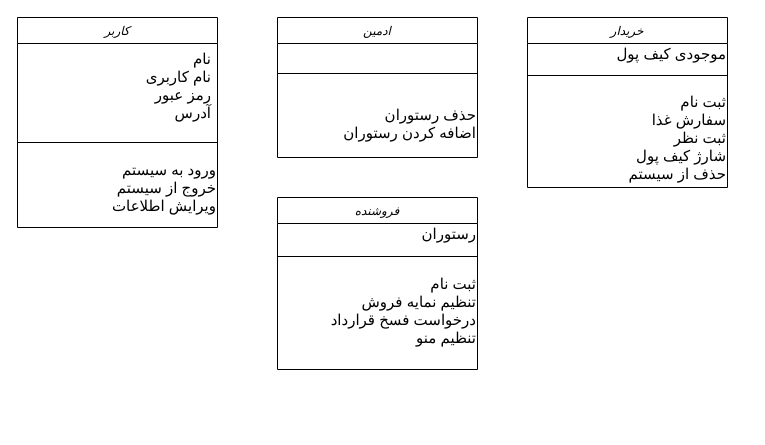
This is gggggg.drawio from khoramian/TahDig_SoftwareEngineering, a draw.io file, before an edit. Source tidied: cells renumbered, new cells numbered last; positions are measured from the earlier drawing's top-left corner, leaving out a move shared by most shapes. Both pictures are drawn from the tidied source at 100%, with x=0, y=0 at pixel (17, 17).
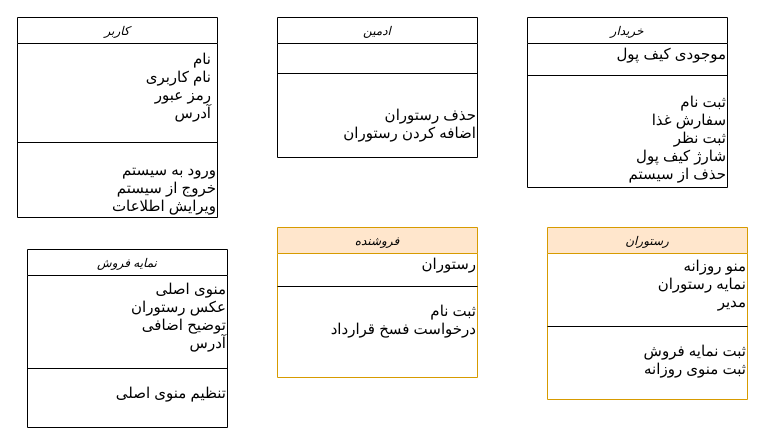
The same diagram, later.

Change to the diagram source:
```diff
@@
     <mxCell id="2" value="کاربر" style="swimlane;fontStyle=2;align=center;verticalAlign=top;horizontal=1;startSize=26;rounded=0;shadow=0;strokeWidth=1;" parent="1" vertex="1">
-      <mxGeometry width="200" height="210" as="geometry" />
+      <mxGeometry width="200" height="200" as="geometry" />
     </mxCell>
@@
-    <mxCell id="13" value="فروشنده" style="swimlane;fontStyle=2;align=center;verticalAlign=top;horizontal=1;startSize=26;rounded=0;shadow=0;strokeWidth=1;" parent="1" vertex="1">
-      <mxGeometry x="260" y="180" width="200" height="172" as="geometry" />
+    <mxCell id="13" value="فروشنده" style="swimlane;fontStyle=2;align=center;verticalAlign=top;horizontal=1;startSize=26;rounded=0;shadow=0;strokeWidth=1;fillColor=#ffe6cc;strokeColor=#d79b00;" parent="1" vertex="1">
+      <mxGeometry x="260" y="210" width="200" height="150" as="geometry" />
     </mxCell>
@@
-    <mxCell id="16" value="&lt;div&gt;ثبت نام &lt;br&gt;&lt;/div&gt;&lt;div&gt;تنظیم نمایه فروش&lt;/div&gt;&lt;div&gt;درخواست فسخ قرارداد&lt;/div&gt;&lt;div&gt;تنظیم منو&lt;br&gt;&lt;/div&gt;&lt;div&gt;&lt;br&gt;&lt;/div&gt;" style="text;html=1;align=right;verticalAlign=middle;fontSize=15;" parent="13" vertex="1">
-      <mxGeometry y="72" width="200" height="100" as="geometry" />
+    <mxCell id="16" value="&lt;div&gt;ثبت نام &lt;br&gt;&lt;/div&gt;&lt;div&gt;درخواست فسخ قرارداد&lt;/div&gt;" style="text;html=1;align=right;verticalAlign=middle;fontSize=15;" parent="13" vertex="1">
+      <mxGeometry y="72" width="200" height="40" as="geometry" />
     </mxCell>
+    <mxCell id="17" value="رستوران" style="swimlane;fontStyle=2;align=center;verticalAlign=top;horizontal=1;startSize=26;rounded=0;shadow=0;strokeWidth=1;fillColor=#ffe6cc;strokeColor=#d79b00;" parent="1" vertex="1">
+      <mxGeometry x="530" y="210" width="200" height="172" as="geometry" />
+    </mxCell>
+    <mxCell id="18" value="&lt;div&gt;منو روزانه&lt;br&gt;&lt;/div&gt;&lt;div&gt;نمایه رستوران&lt;/div&gt;&lt;div&gt;مدیر&lt;/div&gt;" style="text;html=1;align=right;verticalAlign=middle;fontSize=15;" parent="17" vertex="1">
+      <mxGeometry y="26" width="200" height="60" as="geometry" />
+    </mxCell>
+    <mxCell id="19" style="line;html=1;strokeWidth=1;align=left;verticalAlign=middle;spacingTop=-1;spacingLeft=3;spacingRight=3;labelPosition=right;" parent="17" vertex="1">
+      <mxGeometry y="86" width="200" height="26" as="geometry" />
+    </mxCell>
+    <mxCell id="20" value="&lt;div&gt;ثبت نمایه فروش&lt;/div&gt;&lt;div&gt;ثبت منوی روزانه&lt;br&gt;&lt;/div&gt;" style="text;html=1;align=right;verticalAlign=middle;fontSize=15;" parent="17" vertex="1">
+      <mxGeometry y="112" width="200" height="40" as="geometry" />
+    </mxCell>
+    <mxCell id="21" value="نمایه فروش" style="swimlane;fontStyle=2;align=center;verticalAlign=top;horizontal=1;startSize=26;rounded=0;shadow=0;strokeWidth=1;" parent="1" vertex="1">
+      <mxGeometry x="10" y="232" width="200" height="178" as="geometry" />
+    </mxCell>
+    <mxCell id="22" value="&lt;div&gt;منوی اصلی&lt;/div&gt;&lt;div&gt;عکس رستوران &lt;br&gt;&lt;/div&gt;&lt;div&gt;توضیح اضافی &lt;br&gt;&lt;/div&gt;&lt;div&gt;آدرس&lt;br&gt;&lt;/div&gt;" style="text;html=1;align=right;verticalAlign=middle;fontSize=15;" parent="21" vertex="1">
+      <mxGeometry y="26" width="200" height="80" as="geometry" />
+    </mxCell>
+    <mxCell id="23" style="line;html=1;strokeWidth=1;align=left;verticalAlign=middle;spacingTop=-1;spacingLeft=3;spacingRight=3;labelPosition=right;" parent="21" vertex="1">
+      <mxGeometry y="106" width="200" height="26" as="geometry" />
+    </mxCell>
+    <mxCell id="24" value="&lt;div&gt;تنظیم منوی اصلی&lt;/div&gt;&lt;div&gt;&lt;br&gt;&lt;/div&gt;" style="text;html=1;align=right;verticalAlign=middle;fontSize=15;" parent="21" vertex="1">
+      <mxGeometry y="132" width="200" height="40" as="geometry" />
+    </mxCell>
```
